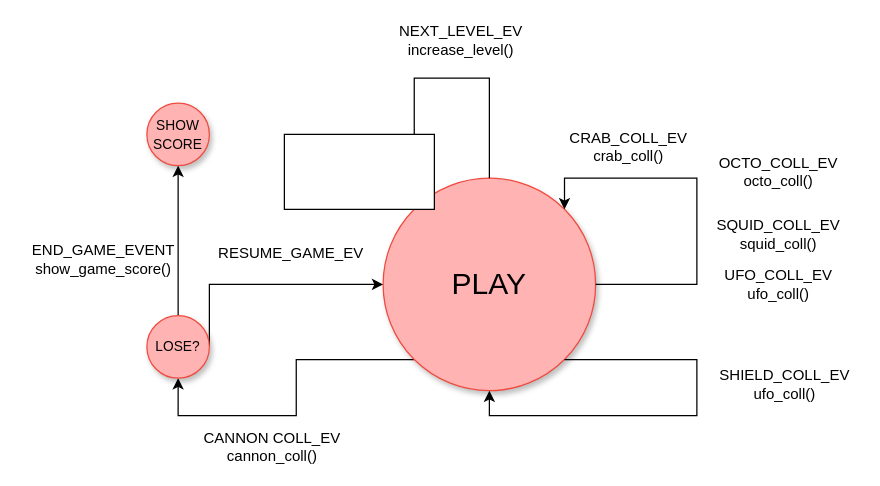
KevinWahle/Programacion-1-TP-Integrador keeps this draw.io diagram as Backend/play_sketch.dio. Above is the earlier version. Source tidied: cells renumbered, new cells numbered last; positions are measured from the earlier drawing's top-left corner, leaving out a move shared by most shapes. Both pictures are drawn from the tidied source at 125%, with x=0, y=0 at pixel (21, 21).
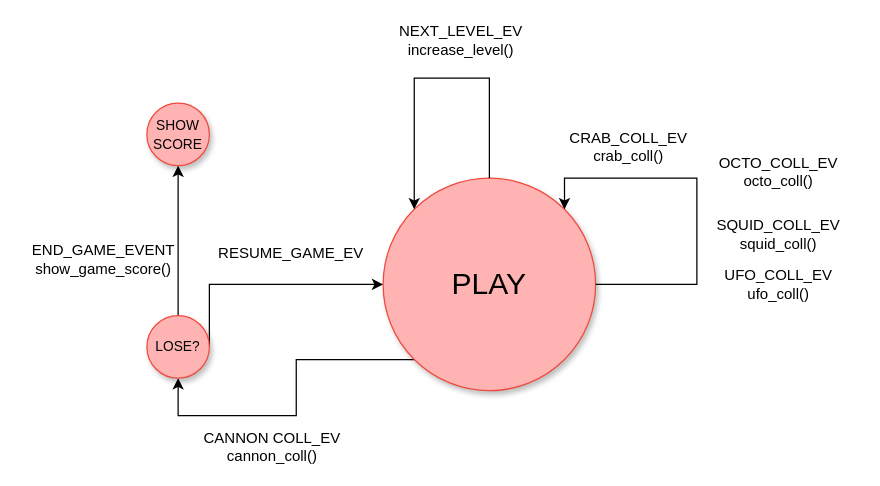
After the change.

The change refers to these unchanged cells:
```xml
<mxCell id="3" value="&lt;font style=&quot;font-size: 24px&quot;&gt;PLAY&lt;/font&gt;" style="ellipse;whiteSpace=wrap;html=1;shadow=1;fillColor=#FFB3B3;strokeColor=#F04A3E;" parent="1" vertex="1">
  <mxGeometry x="289" y="125" width="170" height="170" as="geometry" />
</mxCell>
```

The edit, as a diff of the source:
```diff
@@
-    <mxCell id="9" style="edgeStyle=orthogonalEdgeStyle;rounded=0;orthogonalLoop=1;jettySize=auto;html=1;exitX=1;exitY=1;exitDx=0;exitDy=0;entryX=0.5;entryY=1;entryDx=0;entryDy=0;" parent="1" edge="1" source="3" target="3">
-      <mxGeometry relative="1" as="geometry">
-        <Array as="points">
-          <mxPoint x="540" y="270" />
-          <mxPoint x="540" y="315" />
-          <mxPoint x="374" y="315" />
-        </Array>
-      </mxGeometry>
-    </mxCell>
-    <mxCell id="10" value="SHIELD_COLL_EV&lt;br&gt;ufo_coll()" style="text;html=1;align=center;verticalAlign=middle;" parent="1" vertex="1">
-      <mxGeometry x="550" y="275" width="120" height="30" as="geometry" />
-    </mxCell>
@@
-    <mxCell id="20" style="whiteSpace=wrap;html=1;" parent="1" vertex="1">
-      <mxGeometry x="210" y="90" width="120" height="60" as="geometry" />
-    </mxCell>
```
